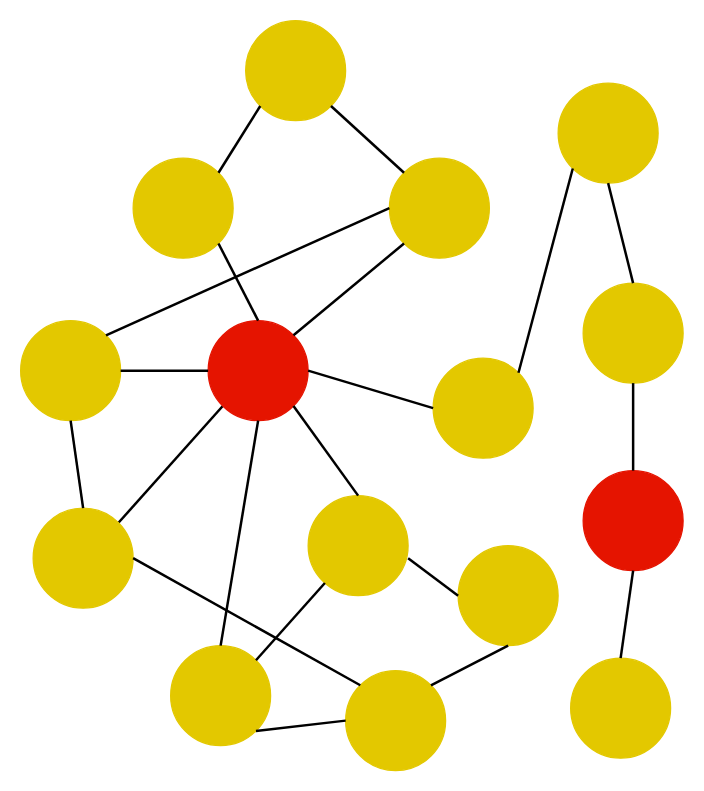
The draw.io diagram Untitled Diagram.drawio in joneswong/draw, before the edit. Source tidied: cells renumbered, new cells numbered last; positions are measured from the earlier drawing's top-left corner, leaving out a move shared by most shapes. Both pictures are drawn from the tidied source at 125%, with x=0, y=0 at pixel (20, 20).
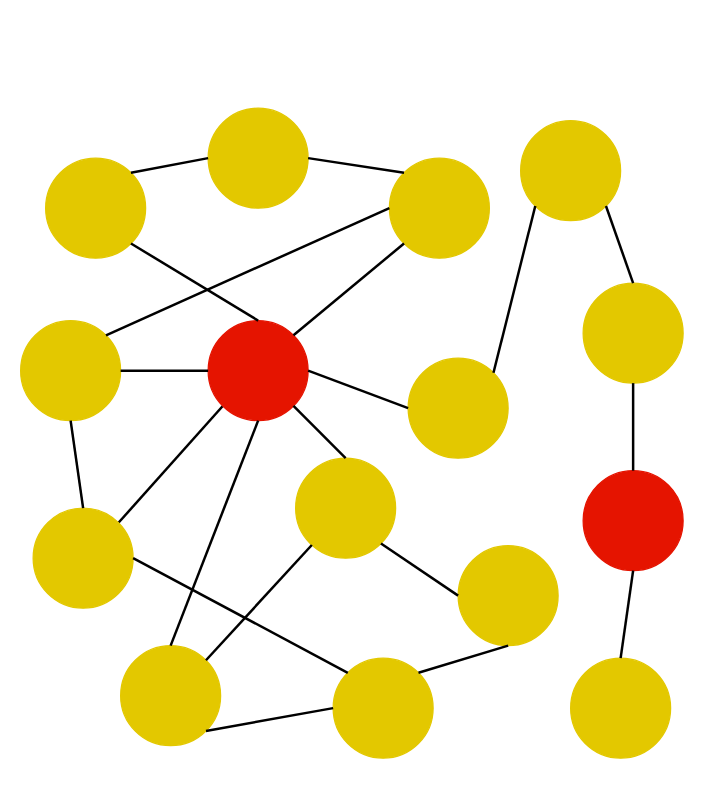
Above is the later version.

Commit message:
reduce height

The change refers to these unchanged cells:
```xml
<mxCell id="6" style="ellipse;whiteSpace=wrap;html=1;fillColor=#e3c800;fontColor=#000000;strokeColor=#E3C800;" parent="1" vertex="1">
  <mxGeometry x="295" y="110" width="80" height="80" as="geometry" />
</mxCell>
<mxCell id="11" style="ellipse;whiteSpace=wrap;html=1;fillColor=#e3c800;fontColor=#000000;strokeColor=#E3C800;" parent="1" vertex="1">
  <mxGeometry x="350" y="420" width="80" height="80" as="geometry" />
</mxCell>
<mxCell id="32" style="ellipse;whiteSpace=wrap;html=1;fillColor=#e3c800;fontColor=#000000;strokeColor=#E3C800;" parent="1" vertex="1">
  <mxGeometry x="450" y="210" width="80" height="80" as="geometry" />
</mxCell>
```

What changed in the source:
```diff
@@
     <mxCell id="4" style="ellipse;whiteSpace=wrap;html=1;fillColor=#e3c800;fontColor=#000000;strokeColor=#E3C800;" parent="1" vertex="1">
-      <mxGeometry x="330" y="270" width="80" height="80" as="geometry" />
+      <mxGeometry x="310" y="270" width="80" height="80" as="geometry" />
     </mxCell>
@@
     <mxCell id="7" style="ellipse;whiteSpace=wrap;html=1;fillColor=#e3c800;fontColor=#000000;strokeColor=#E3C800;" parent="1" vertex="1">
-      <mxGeometry x="230" y="380" width="80" height="80" as="geometry" />
+      <mxGeometry x="220" y="350" width="80" height="80" as="geometry" />
     </mxCell>
@@
     <mxCell id="9" style="ellipse;whiteSpace=wrap;html=1;fillColor=#e3c800;fontColor=#000000;strokeColor=#E3C800;" parent="1" vertex="1">
-      <mxGeometry x="180" width="80" height="80" as="geometry" />
+      <mxGeometry x="150" y="70" width="80" height="80" as="geometry" />
     </mxCell>
     <mxCell id="10" style="ellipse;whiteSpace=wrap;html=1;fillColor=#e3c800;fontColor=#000000;strokeColor=#E3C800;" parent="1" vertex="1">
-      <mxGeometry x="120" y="500" width="80" height="80" as="geometry" />
+      <mxGeometry x="80" y="500" width="80" height="80" as="geometry" />
     </mxCell>
@@
     <mxCell id="12" style="ellipse;whiteSpace=wrap;html=1;fillColor=#e3c800;fontColor=#000000;strokeColor=#E3C800;" parent="1" vertex="1">
-      <mxGeometry x="90" y="110" width="80" height="80" as="geometry" />
+      <mxGeometry x="20" y="110" width="80" height="80" as="geometry" />
     </mxCell>
@@
-    <mxCell id="17" style="rounded=0;jettySize=auto;html=1;exitX=0;exitY=0.5;exitDx=0;exitDy=0;endArrow=none;endFill=0;strokeWidth=2;" parent="1" edge="1" source="11">
-      <mxGeometry relative="1" as="geometry">
-        <mxPoint x="310" y="430" as="targetPoint" />
-      </mxGeometry>
+    <mxCell id="17" style="rounded=0;jettySize=auto;html=1;exitX=0;exitY=0.5;exitDx=0;exitDy=0;endArrow=none;endFill=0;strokeWidth=2;entryX=1;entryY=1;entryDx=0;entryDy=0;" parent="1" edge="1" source="11" target="7">
+      <mxGeometry relative="1" as="geometry" />
     </mxCell>
@@
-    <mxCell id="21" style="rounded=0;jettySize=auto;html=1;exitX=0;exitY=0;exitDx=0;exitDy=0;endArrow=none;endFill=0;entryX=1;entryY=1;entryDx=0;entryDy=0;strokeWidth=2;" parent="1" edge="1" source="6" target="9">
+    <mxCell id="21" style="rounded=0;jettySize=auto;html=1;exitX=0;exitY=0;exitDx=0;exitDy=0;endArrow=none;endFill=0;entryX=1;entryY=0.5;entryDx=0;entryDy=0;strokeWidth=2;" parent="1" edge="1" source="6" target="9">
       <mxGeometry relative="1" as="geometry" />
     </mxCell>
-    <mxCell id="22" style="rounded=0;jettySize=auto;html=1;exitX=1;exitY=0;exitDx=0;exitDy=0;endArrow=none;endFill=0;entryX=0;entryY=1;entryDx=0;entryDy=0;strokeWidth=2;" parent="1" edge="1" source="12" target="9">
+    <mxCell id="22" style="rounded=0;jettySize=auto;html=1;exitX=1;exitY=0;exitDx=0;exitDy=0;endArrow=none;endFill=0;entryX=0;entryY=0.5;entryDx=0;entryDy=0;strokeWidth=2;" parent="1" edge="1" source="12" target="9">
       <mxGeometry relative="1" as="geometry" />
     </mxCell>
     <mxCell id="23" style="ellipse;whiteSpace=wrap;html=1;fillColor=#e3c800;fontColor=#000000;strokeColor=#E3C800;" parent="1" vertex="1">
-      <mxGeometry x="260" y="520" width="80" height="80" as="geometry" />
+      <mxGeometry x="250" y="510" width="80" height="80" as="geometry" />
     </mxCell>
@@
     <mxCell id="25" style="ellipse;whiteSpace=wrap;html=1;fillColor=#e3c800;fontColor=#000000;strokeColor=#E3C800;" parent="1" vertex="1">
-      <mxGeometry x="430" y="50" width="80" height="80" as="geometry" />
+      <mxGeometry x="400" y="80" width="80" height="80" as="geometry" />
     </mxCell>
@@
-    <mxCell id="33" style="rounded=0;jettySize=auto;html=1;exitX=0.5;exitY=0;exitDx=0;exitDy=0;endArrow=none;endFill=0;entryX=0.5;entryY=1;entryDx=0;entryDy=0;strokeWidth=2;" parent="1" edge="1" source="32" target="25">
+    <mxCell id="33" style="rounded=0;jettySize=auto;html=1;exitX=0.5;exitY=0;exitDx=0;exitDy=0;endArrow=none;endFill=0;strokeWidth=2;entryX=1;entryY=1;entryDx=0;entryDy=0;" parent="1" edge="1" source="32" target="25">
       <mxGeometry relative="1" as="geometry" />
     </mxCell>
```
